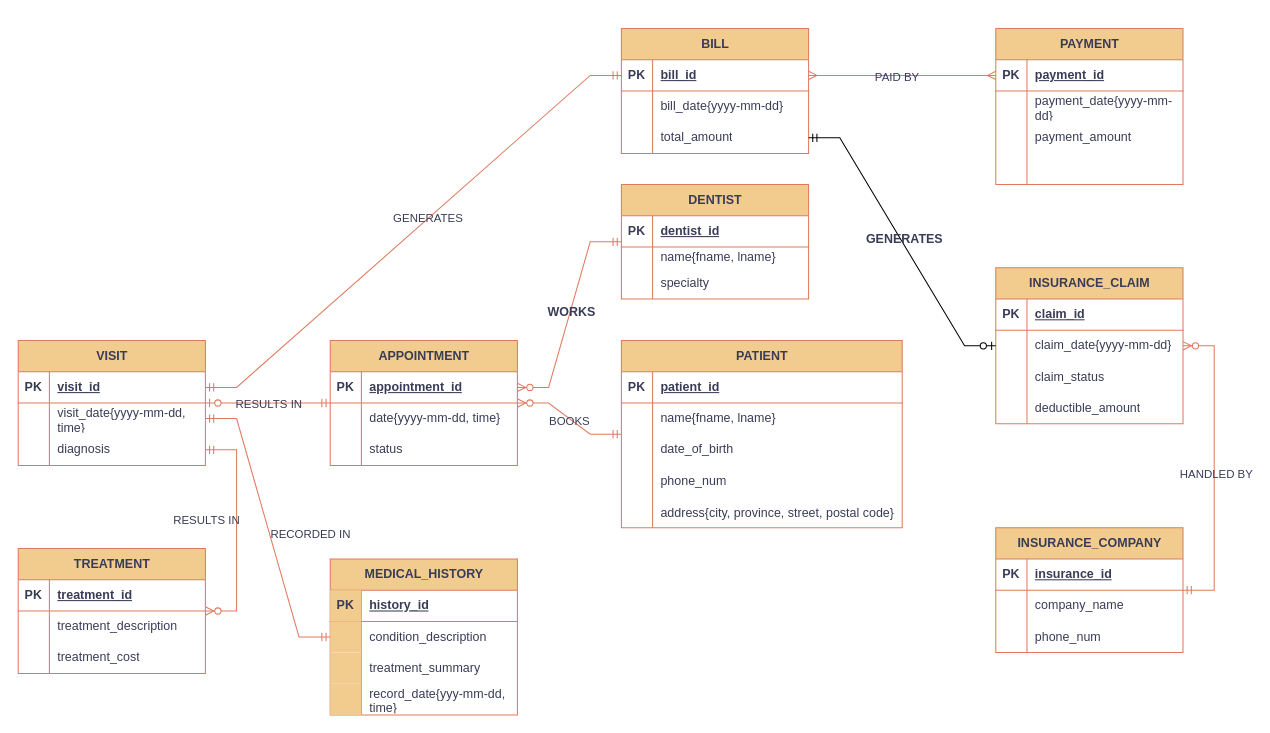
This is page "ERD" (1 of 3) of DB - Final Project - ERD, Revised ERD, Logica Schema.drawio from 23Parzival/DB-Final-Project, a draw.io file, before an edit. Source tidied: cells renumbered, new cells numbered last; positions are measured from the earlier drawing's top-left corner, leaving out a move shared by most shapes. Both pictures are drawn from the tidied source at 104%, with x=0, y=0 at pixel (18, 28).
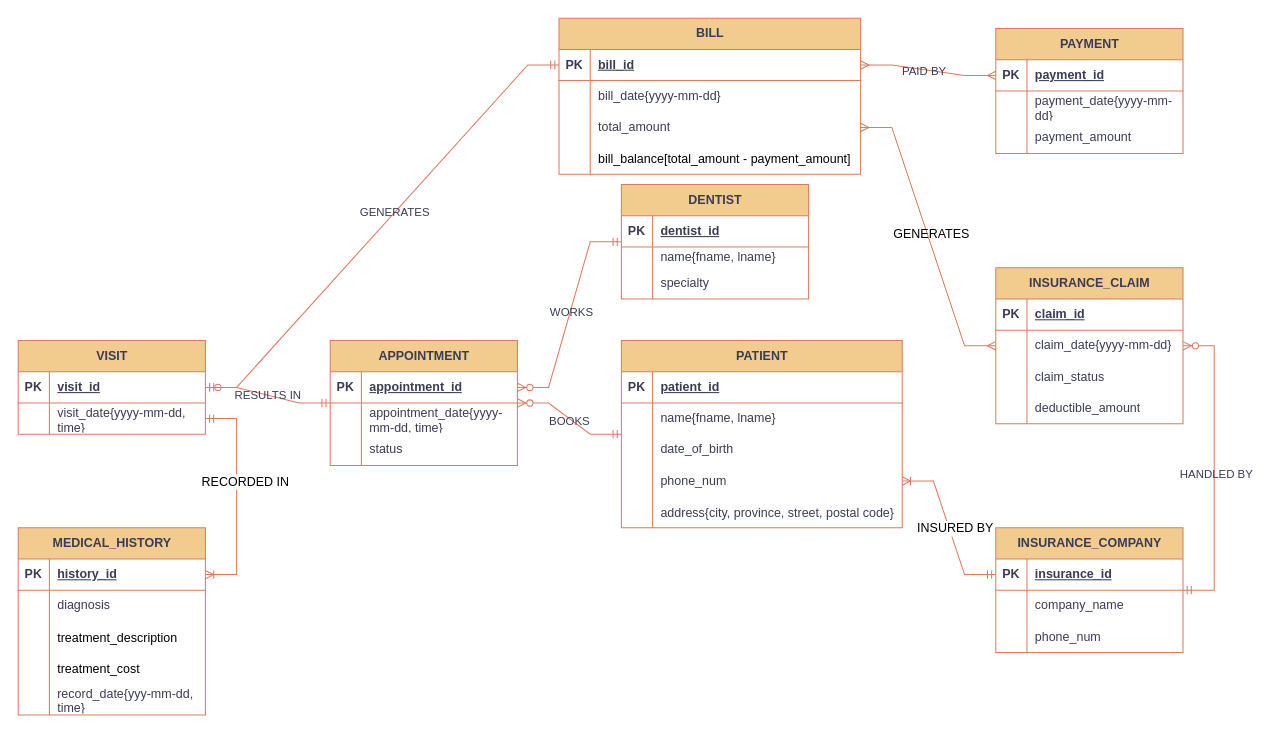
The same diagram, later.

The change refers to these unchanged cells:
```xml
<mxCell id="12" style="shape=tableRow;horizontal=0;startSize=0;swimlaneHead=0;swimlaneBody=0;fillColor=none;points=[[0,0.5],[1,0.5]];portConstraint=eastwest;top=0;left=0;right=0;bottom=0;labelBackgroundColor=none;strokeColor=#E07A5F;fontColor=#393C56;" parent="2" vertex="1">
  <mxGeometry y="120" width="270" height="30" as="geometry" />
</mxCell>
<mxCell id="32" style="shape=tableRow;horizontal=0;startSize=0;swimlaneHead=0;swimlaneBody=0;fillColor=none;top=0;left=0;right=0;bottom=0;labelBackgroundColor=none;strokeColor=#E07A5F;fontColor=#393C56;" parent="28" vertex="1">
  <mxGeometry y="60" width="180" height="30" as="geometry" />
</mxCell>
<mxCell id="62" style="shape=tableRow;horizontal=0;startSize=0;swimlaneHead=0;swimlaneBody=0;fillColor=none;points=[[0,0.5],[1,0.5]];portConstraint=eastwest;top=0;left=0;right=0;bottom=0;labelBackgroundColor=none;strokeColor=#E07A5F;fontColor=#393C56;" parent="58" vertex="1">
  <mxGeometry y="60" width="180" height="30" as="geometry" />
</mxCell>
<mxCell id="82" style="shape=tableRow;horizontal=0;startSize=0;swimlaneHead=0;swimlaneBody=0;fillColor=none;points=[[0,0.5],[1,0.5]];portConstraint=eastwest;top=0;left=0;right=0;bottom=1;labelBackgroundColor=none;strokeColor=#E07A5F;fontColor=#393C56;" parent="81" vertex="1">
  <mxGeometry y="30" width="180" height="30" as="geometry" />
</mxCell>
<mxCell id="85" style="shape=tableRow;horizontal=0;startSize=0;swimlaneHead=0;swimlaneBody=0;fillColor=none;top=0;left=0;right=0;bottom=0;labelBackgroundColor=none;strokeColor=#E07A5F;fontColor=#393C56;" parent="81" vertex="1">
  <mxGeometry y="60" width="180" height="30" as="geometry" />
</mxCell>
<mxCell id="95" style="shape=tableRow;horizontal=0;startSize=0;swimlaneHead=0;swimlaneBody=0;fillColor=none;points=[[0,0.5],[1,0.5]];portConstraint=eastwest;top=0;left=0;right=0;bottom=1;labelBackgroundColor=none;strokeColor=#E07A5F;fontColor=#393C56;" parent="94" vertex="1">
  <mxGeometry y="30" width="180" height="30" as="geometry" />
</mxCell>
<mxCell id="104" value="INSURANCE_CLAIM" style="shape=table;startSize=30;childLayout=tableLayout;rowLines=0;fontStyle=1;align=center;html=1;labelBackgroundColor=none;fillColor=#F2CC8F;strokeColor=#E07A5F;fontColor=#393C56;" parent="1" vertex="1">
  <mxGeometry x="940" y="230" width="180" height="150" as="geometry" />
</mxCell>
<mxCell id="117" style="edgeStyle=entityRelationEdgeStyle;fontSize=12;html=1;endArrow=ERzeroToMany;startArrow=ERmandOne;rounded=0;labelBackgroundColor=none;strokeColor=#E07A5F;fontColor=default;" parent="1" edge="1" source="2" target="28">
  <mxGeometry relative="1" as="geometry" />
</mxCell>
<mxCell id="131" style="edgeStyle=entityRelationEdgeStyle;fontSize=12;html=1;endArrow=ERzeroToMany;startArrow=ERmandOne;rounded=0;strokeColor=#E07A5F;align=center;verticalAlign=middle;fontFamily=Helvetica;fontColor=default;labelBackgroundColor=none;" parent="1" edge="1" source="18" target="29">
  <mxGeometry relative="1" as="geometry" />
</mxCell>
```

Diff of the diagram source:
```diff
@@
-    <mxCell id="34" value="date{yyyy-mm-dd, time}" style="shape=partialRectangle;fillColor=none;top=0;left=0;bottom=0;right=0;align=left;spacingLeft=6;overflow=hidden;whiteSpace=wrap;html=1;labelBackgroundColor=none;strokeColor=#E07A5F;fontColor=#393C56;" parent="32" vertex="1">
+    <mxCell id="34" value="appointment_date{yyyy-mm-dd, time}" style="shape=partialRectangle;fillColor=none;top=0;left=0;bottom=0;right=0;align=left;spacingLeft=6;overflow=hidden;whiteSpace=wrap;html=1;labelBackgroundColor=none;strokeColor=#E07A5F;fontColor=#393C56;" parent="32" vertex="1">
       <mxGeometry x="30" width="150" height="30" as="geometry" />
     </mxCell>
@@
-    <mxCell id="38" value="TREATMENT" style="shape=table;startSize=30;childLayout=tableLayout;rowLines=0;fontStyle=1;align=center;html=1;labelBackgroundColor=none;fillColor=#F2CC8F;strokeColor=#E07A5F;fontColor=#393C56;" parent="1" vertex="1">
-      <mxGeometry y="500" width="180" height="120" as="geometry" />
-    </mxCell>
-    <mxCell id="39" style="shape=tableRow;horizontal=0;startSize=0;swimlaneHead=0;swimlaneBody=0;fillColor=none;top=0;left=0;right=0;bottom=1;labelBackgroundColor=none;strokeColor=#E07A5F;fontColor=#393C56;" parent="38" vertex="1">
-      <mxGeometry y="30" width="180" height="30" as="geometry" />
-    </mxCell>
-    <mxCell id="40" value="PK" style="shape=partialRectangle;fillColor=none;top=0;left=0;bottom=0;right=0;fontStyle=1;overflow=hidden;whiteSpace=wrap;html=1;labelBackgroundColor=none;strokeColor=#E07A5F;fontColor=#393C56;" parent="39" vertex="1">
-      <mxGeometry width="30" height="30" as="geometry" />
-    </mxCell>
-    <mxCell id="41" value="treatment_id" style="shape=partialRectangle;fillColor=none;top=0;left=0;bottom=0;right=0;align=left;spacingLeft=6;fontStyle=5;overflow=hidden;whiteSpace=wrap;html=1;labelBackgroundColor=none;strokeColor=#E07A5F;fontColor=#393C56;" parent="39" vertex="1">
-      <mxGeometry x="30" width="150" height="30" as="geometry" />
-    </mxCell>
-    <mxCell id="42" style="shape=tableRow;horizontal=0;startSize=0;swimlaneHead=0;swimlaneBody=0;fillColor=none;top=0;left=0;right=0;bottom=0;labelBackgroundColor=none;strokeColor=#E07A5F;fontColor=#393C56;" parent="38" vertex="1">
-      <mxGeometry y="60" width="180" height="30" as="geometry" />
-    </mxCell>
-    <mxCell id="43" style="shape=partialRectangle;fillColor=none;top=0;left=0;bottom=0;right=0;overflow=hidden;whiteSpace=wrap;html=1;labelBackgroundColor=none;strokeColor=#E07A5F;fontColor=#393C56;" parent="42" vertex="1">
-      <mxGeometry width="30" height="30" as="geometry" />
-    </mxCell>
-    <mxCell id="44" value="treatment_description" style="shape=partialRectangle;fillColor=none;top=0;left=0;bottom=0;right=0;align=left;spacingLeft=6;overflow=hidden;whiteSpace=wrap;html=1;labelBackgroundColor=none;strokeColor=#E07A5F;fontColor=#393C56;" parent="42" vertex="1">
-      <mxGeometry x="30" width="150" height="30" as="geometry" />
-    </mxCell>
-    <mxCell id="45" style="shape=tableRow;horizontal=0;startSize=0;swimlaneHead=0;swimlaneBody=0;fillColor=none;top=0;left=0;right=0;bottom=0;labelBackgroundColor=none;strokeColor=#E07A5F;fontColor=#393C56;" parent="38" vertex="1">
-      <mxGeometry y="90" width="180" height="30" as="geometry" />
-    </mxCell>
-    <mxCell id="46" style="shape=partialRectangle;fillColor=none;top=0;left=0;bottom=0;right=0;overflow=hidden;whiteSpace=wrap;html=1;labelBackgroundColor=none;strokeColor=#E07A5F;fontColor=#393C56;" parent="45" vertex="1">
-      <mxGeometry width="30" height="30" as="geometry" />
-    </mxCell>
-    <mxCell id="47" value="treatment_cost" style="shape=partialRectangle;fillColor=none;top=0;left=0;bottom=0;right=0;align=left;spacingLeft=6;overflow=hidden;whiteSpace=wrap;html=1;labelBackgroundColor=none;strokeColor=#E07A5F;fontColor=#393C56;" parent="45" vertex="1">
-      <mxGeometry x="30" width="150" height="30" as="geometry" />
-    </mxCell>
     <mxCell id="48" value="BILL" style="shape=table;startSize=30;childLayout=tableLayout;rowLines=0;fontStyle=1;align=center;html=1;labelBackgroundColor=none;fillColor=#F2CC8F;strokeColor=#E07A5F;fontColor=#393C56;" parent="1" vertex="1">
-      <mxGeometry x="580" width="180" height="120" as="geometry" />
+      <mxGeometry x="520" y="-10" width="290" height="150" as="geometry" />
     </mxCell>
     <mxCell id="49" style="shape=tableRow;horizontal=0;startSize=0;swimlaneHead=0;swimlaneBody=0;fillColor=none;points=[[0,0.5],[1,0.5]];portConstraint=eastwest;top=0;left=0;right=0;bottom=1;labelBackgroundColor=none;strokeColor=#E07A5F;fontColor=#393C56;" parent="48" vertex="1">
-      <mxGeometry y="30" width="180" height="30" as="geometry" />
+      <mxGeometry y="30" width="290" height="30" as="geometry" />
     </mxCell>
@@
     <mxCell id="51" value="bill_id" style="shape=partialRectangle;fillColor=none;top=0;left=0;bottom=0;right=0;align=left;spacingLeft=6;fontStyle=5;overflow=hidden;whiteSpace=wrap;html=1;labelBackgroundColor=none;strokeColor=#E07A5F;fontColor=#393C56;" parent="49" vertex="1">
-      <mxGeometry x="30" width="150" height="30" as="geometry" />
+      <mxGeometry x="30" width="260" height="30" as="geometry" />
     </mxCell>
     <mxCell id="52" style="shape=tableRow;horizontal=0;startSize=0;swimlaneHead=0;swimlaneBody=0;fillColor=none;top=0;left=0;right=0;bottom=0;labelBackgroundColor=none;strokeColor=#E07A5F;fontColor=#393C56;" parent="48" vertex="1">
-      <mxGeometry y="60" width="180" height="30" as="geometry" />
+      <mxGeometry y="60" width="290" height="30" as="geometry" />
     </mxCell>
@@
     <mxCell id="54" value="bill_date{yyyy-mm-dd}" style="shape=partialRectangle;fillColor=none;top=0;left=0;bottom=0;right=0;align=left;spacingLeft=6;overflow=hidden;whiteSpace=wrap;html=1;labelBackgroundColor=none;strokeColor=#E07A5F;fontColor=#393C56;" parent="52" vertex="1">
-      <mxGeometry x="30" width="150" height="30" as="geometry" />
+      <mxGeometry x="30" width="260" height="30" as="geometry" />
     </mxCell>
     <mxCell id="55" style="shape=tableRow;horizontal=0;startSize=0;swimlaneHead=0;swimlaneBody=0;fillColor=none;points=[[0,0.5],[1,0.5]];portConstraint=eastwest;top=0;left=0;right=0;bottom=0;labelBackgroundColor=none;strokeColor=#E07A5F;fontColor=#393C56;" parent="48" vertex="1">
-      <mxGeometry y="90" width="180" height="30" as="geometry" />
+      <mxGeometry y="90" width="290" height="30" as="geometry" />
     </mxCell>
@@
     <mxCell id="57" value="total_amount" style="shape=partialRectangle;fillColor=none;top=0;left=0;bottom=0;right=0;align=left;spacingLeft=6;overflow=hidden;whiteSpace=wrap;html=1;labelBackgroundColor=none;strokeColor=#E07A5F;fontColor=#393C56;" parent="55" vertex="1">
-      <mxGeometry x="30" width="150" height="30" as="geometry" />
+      <mxGeometry x="30" width="260" height="30" as="geometry" />
     </mxCell>
+    <mxCell id="135" style="shape=tableRow;horizontal=0;startSize=0;swimlaneHead=0;swimlaneBody=0;fillColor=none;top=0;left=0;right=0;bottom=0;" parent="48" vertex="1">
+      <mxGeometry y="120" width="290" height="30" as="geometry" />
+    </mxCell>
+    <mxCell id="136" style="shape=partialRectangle;fillColor=none;top=0;left=0;bottom=0;right=0;overflow=hidden;" parent="135" vertex="1">
+      <mxGeometry width="30" height="30" as="geometry" />
+    </mxCell>
+    <mxCell id="137" value="bill_balance[total_amount - payment_amount]" style="shape=partialRectangle;fillColor=none;top=0;left=0;bottom=0;right=0;align=left;spacingLeft=6;overflow=hidden;" parent="135" vertex="1">
+      <mxGeometry x="30" width="260" height="30" as="geometry" />
+    </mxCell>
     <mxCell id="58" value="VISIT" style="shape=table;startSize=30;childLayout=tableLayout;rowLines=0;fontStyle=1;align=center;html=1;labelBackgroundColor=none;fillColor=#F2CC8F;strokeColor=#E07A5F;fontColor=#393C56;" parent="1" vertex="1">
-      <mxGeometry y="300" width="180" height="120" as="geometry" />
+      <mxGeometry y="300" width="180" height="90" as="geometry" />
     </mxCell>
@@
-    <mxCell id="65" style="shape=tableRow;horizontal=0;startSize=0;swimlaneHead=0;swimlaneBody=0;fillColor=none;points=[[0,0.5],[1,0.5]];portConstraint=eastwest;top=0;left=0;right=0;bottom=0;labelBackgroundColor=none;strokeColor=#E07A5F;fontColor=#393C56;" parent="58" vertex="1">
-      <mxGeometry y="90" width="180" height="30" as="geometry" />
-    </mxCell>
-    <mxCell id="66" style="shape=partialRectangle;fillColor=none;top=0;left=0;bottom=0;right=0;overflow=hidden;whiteSpace=wrap;html=1;labelBackgroundColor=none;strokeColor=#E07A5F;fontColor=#393C56;" parent="65" vertex="1">
-      <mxGeometry width="30" height="30" as="geometry" />
-    </mxCell>
-    <mxCell id="67" value="diagnosis" style="shape=partialRectangle;fillColor=none;top=0;left=0;bottom=0;right=0;align=left;spacingLeft=6;overflow=hidden;whiteSpace=wrap;html=1;labelBackgroundColor=none;strokeColor=#E07A5F;fontColor=#393C56;" parent="65" vertex="1">
-      <mxGeometry x="30" width="150" height="30" as="geometry" />
-    </mxCell>
     <mxCell id="68" value="PAYMENT" style="shape=table;startSize=30;childLayout=tableLayout;rowLines=0;fontStyle=1;align=center;html=1;labelBackgroundColor=none;fillColor=#F2CC8F;strokeColor=#E07A5F;fontColor=#393C56;" parent="1" vertex="1">
-      <mxGeometry x="940" width="180" height="150" as="geometry" />
+      <mxGeometry x="940" width="180" height="120" as="geometry" />
     </mxCell>
@@
-    <mxCell id="78" style="shape=tableRow;horizontal=0;startSize=0;swimlaneHead=0;swimlaneBody=0;fillColor=none;top=0;left=0;right=0;bottom=0;labelBackgroundColor=none;strokeColor=#E07A5F;fontColor=#393C56;" parent="68" vertex="1">
-      <mxGeometry y="120" width="180" height="30" as="geometry" />
-    </mxCell>
-    <mxCell id="79" style="shape=partialRectangle;fillColor=none;top=0;left=0;bottom=0;right=0;overflow=hidden;whiteSpace=wrap;html=1;labelBackgroundColor=none;strokeColor=#E07A5F;fontColor=#393C56;" parent="78" vertex="1">
-      <mxGeometry width="30" height="30" as="geometry" />
-    </mxCell>
-    <mxCell id="80" style="shape=partialRectangle;fillColor=none;top=0;left=0;bottom=0;right=0;align=left;spacingLeft=6;overflow=hidden;whiteSpace=wrap;html=1;labelBackgroundColor=none;strokeColor=#E07A5F;fontColor=#393C56;" parent="78" vertex="1">
-      <mxGeometry x="30" width="150" height="30" as="geometry" />
-    </mxCell>
     <mxCell id="81" value="MEDICAL_HISTORY" style="shape=table;startSize=30;childLayout=tableLayout;rowLines=0;fontStyle=1;align=center;html=1;labelBackgroundColor=none;fillColor=#F2CC8F;strokeColor=#E07A5F;fontColor=#393C56;" parent="1" vertex="1">
-      <mxGeometry x="300" y="510" width="180" height="150" as="geometry" />
+      <mxGeometry y="480" width="180" height="180" as="geometry" />
     </mxCell>
@@
-    <mxCell id="83" value="PK" style="shape=partialRectangle;top=0;left=0;bottom=0;right=0;fontStyle=1;overflow=hidden;whiteSpace=wrap;html=1;labelBackgroundColor=none;fillColor=#F2CC8F;strokeColor=#E07A5F;fontColor=#393C56;" parent="82" vertex="1">
+    <mxCell id="83" value="PK" style="shape=partialRectangle;top=0;left=0;bottom=0;right=0;fontStyle=1;overflow=hidden;whiteSpace=wrap;html=1;labelBackgroundColor=none;fillColor=none;strokeColor=#E07A5F;fontColor=#393C56;" parent="82" vertex="1">
       <mxGeometry width="30" height="30" as="geometry" />
     </mxCell>
@@
-    <mxCell id="86" style="shape=partialRectangle;top=0;left=0;bottom=0;right=0;overflow=hidden;whiteSpace=wrap;html=1;labelBackgroundColor=none;fillColor=#F2CC8F;strokeColor=#E07A5F;fontColor=#393C56;" parent="85" vertex="1">
+    <mxCell id="86" style="shape=partialRectangle;top=0;left=0;bottom=0;right=0;overflow=hidden;whiteSpace=wrap;html=1;labelBackgroundColor=none;fillColor=none;strokeColor=#E07A5F;fontColor=#393C56;" parent="85" vertex="1">
       <mxGeometry width="30" height="30" as="geometry" />
     </mxCell>
-    <mxCell id="87" value="condition_description" style="shape=partialRectangle;fillColor=none;top=0;left=0;bottom=0;right=0;align=left;spacingLeft=6;overflow=hidden;whiteSpace=wrap;html=1;labelBackgroundColor=none;strokeColor=#E07A5F;fontColor=#393C56;" parent="85" vertex="1">
+    <mxCell id="87" value="diagnosis" style="shape=partialRectangle;fillColor=none;top=0;left=0;bottom=0;right=0;align=left;spacingLeft=6;overflow=hidden;whiteSpace=wrap;html=1;labelBackgroundColor=none;strokeColor=#E07A5F;fontColor=#393C56;" parent="85" vertex="1">
       <mxGeometry x="30" width="150" height="30" as="geometry" />
     </mxCell>
-    <mxCell id="88" style="shape=tableRow;horizontal=0;startSize=0;swimlaneHead=0;swimlaneBody=0;fillColor=none;top=0;left=0;right=0;bottom=0;labelBackgroundColor=none;strokeColor=#E07A5F;fontColor=#393C56;" parent="81" vertex="1">
-      <mxGeometry y="90" width="180" height="30" as="geometry" />
-    </mxCell>
-    <mxCell id="89" style="shape=partialRectangle;top=0;left=0;bottom=0;right=0;overflow=hidden;whiteSpace=wrap;html=1;labelBackgroundColor=none;fillColor=#F2CC8F;strokeColor=#E07A5F;fontColor=#393C56;" parent="88" vertex="1">
-      <mxGeometry width="30" height="30" as="geometry" />
-    </mxCell>
-    <mxCell id="90" value="treatment_summary" style="shape=partialRectangle;fillColor=none;top=0;left=0;bottom=0;right=0;align=left;spacingLeft=6;overflow=hidden;whiteSpace=wrap;html=1;labelBackgroundColor=none;strokeColor=#E07A5F;fontColor=#393C56;" parent="88" vertex="1">
-      <mxGeometry x="30" width="150" height="30" as="geometry" />
-    </mxCell>
+    <mxCell id="138" style="shape=tableRow;horizontal=0;startSize=0;swimlaneHead=0;swimlaneBody=0;fillColor=none;top=0;left=0;right=0;bottom=0;" parent="81" vertex="1">
+      <mxGeometry y="90" width="180" height="30" as="geometry" />
+    </mxCell>
+    <mxCell id="139" style="shape=partialRectangle;fillColor=none;top=0;left=0;bottom=0;right=0;overflow=hidden;" parent="138" vertex="1">
+      <mxGeometry width="30" height="30" as="geometry" />
+    </mxCell>
+    <mxCell id="44" value="treatment_description" style="shape=partialRectangle;fillColor=none;top=0;left=0;bottom=0;right=0;align=left;spacingLeft=6;overflow=hidden;" parent="138" vertex="1">
+      <mxGeometry x="30" width="150" height="30" as="geometry" />
+    </mxCell>
+    <mxCell id="140" style="shape=tableRow;horizontal=0;startSize=0;swimlaneHead=0;swimlaneBody=0;fillColor=none;top=0;left=0;right=0;bottom=0;" parent="81" vertex="1">
+      <mxGeometry y="120" width="180" height="30" as="geometry" />
+    </mxCell>
+    <mxCell id="141" style="shape=partialRectangle;fillColor=none;top=0;left=0;bottom=0;right=0;overflow=hidden;" parent="140" vertex="1">
+      <mxGeometry width="30" height="30" as="geometry" />
+    </mxCell>
+    <mxCell id="47" value="treatment_cost" style="shape=partialRectangle;fillColor=none;top=0;left=0;bottom=0;right=0;align=left;spacingLeft=6;overflow=hidden;" parent="140" vertex="1">
+      <mxGeometry x="30" width="150" height="30" as="geometry" />
+    </mxCell>
     <mxCell id="91" style="shape=tableRow;horizontal=0;startSize=0;swimlaneHead=0;swimlaneBody=0;fillColor=none;top=0;left=0;right=0;bottom=0;labelBackgroundColor=none;strokeColor=#E07A5F;fontColor=#393C56;" parent="81" vertex="1">
-      <mxGeometry y="120" width="180" height="30" as="geometry" />
+      <mxGeometry y="150" width="180" height="30" as="geometry" />
     </mxCell>
-    <mxCell id="92" style="shape=partialRectangle;top=0;left=0;bottom=0;right=0;overflow=hidden;whiteSpace=wrap;html=1;labelBackgroundColor=none;fillColor=#F2CC8F;strokeColor=#E07A5F;fontColor=#393C56;" parent="91" vertex="1">
+    <mxCell id="92" style="shape=partialRectangle;top=0;left=0;bottom=0;right=0;overflow=hidden;whiteSpace=wrap;html=1;labelBackgroundColor=none;fillColor=none;strokeColor=#E07A5F;fontColor=#393C56;" parent="91" vertex="1">
       <mxGeometry width="30" height="30" as="geometry" />
     </mxCell>
@@
-    <mxCell id="118" value="BOOKS" style="edgeLabel;html=1;align=center;verticalAlign=middle;labelBackgroundColor=none;fontColor=#393C56;" parent="117" vertex="1">
+    <mxCell id="118" value="BOOKS" style="edgeLabel;html=1;align=center;verticalAlign=middle;labelBackgroundColor=none;fontColor=#393C56;fontFamily=Helvetica;fontSize=11;fillColor=none;gradientColor=none;" parent="117" vertex="1">
       <mxGeometry x="-0.02" y="2" relative="1" as="geometry" />
     </mxCell>
@@
-    <mxCell id="121" style="edgeStyle=entityRelationEdgeStyle;fontSize=12;html=1;endArrow=ERzeroToMany;startArrow=ERmandOne;rounded=0;labelBackgroundColor=none;strokeColor=#E07A5F;fontColor=default;" parent="1" edge="1" source="65" target="38">
-      <mxGeometry relative="1" as="geometry" />
-    </mxCell>
-    <mxCell id="122" value="RESULTS IN" style="edgeLabel;html=1;align=center;verticalAlign=middle;labelBackgroundColor=none;fontColor=#393C56;" parent="121" vertex="1">
-      <mxGeometry x="-0.1" y="-3" relative="1" as="geometry">
-        <mxPoint x="-27" as="offset" />
-      </mxGeometry>
-    </mxCell>
-    <mxCell id="123" style="edgeStyle=entityRelationEdgeStyle;fontSize=12;html=1;endArrow=ERmandOne;startArrow=ERmandOne;rounded=0;labelBackgroundColor=none;strokeColor=#E07A5F;fontColor=default;" parent="1" edge="1" source="62" target="81">
-      <mxGeometry relative="1" as="geometry" />
-    </mxCell>
-    <mxCell id="124" value="RECORDED IN" style="edgeLabel;html=1;align=center;verticalAlign=middle;labelBackgroundColor=none;fontColor=#393C56;" parent="123" vertex="1">
-      <mxGeometry x="0.09" y="2" relative="1" as="geometry">
-        <mxPoint x="35" y="-6" as="offset" />
-      </mxGeometry>
-    </mxCell>
@@
-    <mxCell id="132" value="WORKS" style="edgeLabel;html=1;align=center;verticalAlign=middle;rounded=0;strokeColor=#E07A5F;fontFamily=Helvetica;fontSize=12;fontColor=#393C56;labelBackgroundColor=none;fillColor=none;gradientColor=none;fontStyle=1;" parent="131" vertex="1">
+    <mxCell id="132" value="&lt;span style=&quot;font-weight: normal;&quot;&gt;WORKS&lt;/span&gt;" style="edgeLabel;html=1;align=center;verticalAlign=middle;rounded=0;strokeColor=#E07A5F;fontFamily=Helvetica;fontSize=11;fontColor=#393C56;labelBackgroundColor=none;fillColor=none;gradientColor=none;fontStyle=1;" parent="131" vertex="1">
       <mxGeometry x="-0.03" y="1" relative="1" as="geometry" />
     </mxCell>
-    <mxCell id="133" style="edgeStyle=entityRelationEdgeStyle;fontSize=12;html=1;endArrow=ERzeroToOne;startArrow=ERmandOne;rounded=0;strokeColor=light-dark(#000000,#B9624B);" parent="1" edge="1" source="55" target="104">
+    <mxCell id="133" style="edgeStyle=entityRelationEdgeStyle;fontSize=12;html=1;endArrow=ERmany;startArrow=ERmany;rounded=0;strokeColor=#E07A5F;align=center;verticalAlign=middle;fontFamily=Helvetica;fontColor=default;labelBackgroundColor=none;" parent="1" edge="1" source="55" target="104">
       <mxGeometry relative="1" as="geometry" />
     </mxCell>
-    <mxCell id="134" value="GENERATES" style="edgeLabel;html=1;align=center;verticalAlign=middle;rounded=0;strokeColor=#E07A5F;fontFamily=Helvetica;fontSize=12;fontColor=#393C56;fontStyle=1;labelBackgroundColor=none;fillColor=none;gradientColor=none;" parent="133" vertex="1">
+    <mxCell id="134" value="&lt;span style=&quot;font-weight: normal;&quot;&gt;GENERATES&lt;/span&gt;" style="edgeLabel;html=1;align=center;verticalAlign=middle;rounded=0;strokeColor=#E07A5F;fontFamily=Helvetica;fontSize=12;fontColor=default;fontStyle=1;labelBackgroundColor=none;fillColor=none;gradientColor=none;" parent="133" vertex="1">
       <mxGeometry x="-0.01" y="2" relative="1" as="geometry">
         <mxPoint x="1" as="offset" />
       </mxGeometry>
     </mxCell>
+    <mxCell id="142" style="edgeStyle=entityRelationEdgeStyle;fontSize=12;html=1;endArrow=ERoneToMany;startArrow=ERmandOne;rounded=0;exitX=0;exitY=0.5;exitDx=0;exitDy=0;entryX=1;entryY=0.5;entryDx=0;entryDy=0;strokeColor=#E07A5F;" parent="1" edge="1" source="95" target="12">
+      <mxGeometry relative="1" as="geometry" />
+    </mxCell>
+    <mxCell id="143" value="&lt;span style=&quot;font-weight: normal;&quot;&gt;INSURED BY&lt;/span&gt;" style="edgeLabel;html=1;align=center;verticalAlign=middle;fontStyle=1;fontSize=12;" parent="142" vertex="1">
+      <mxGeometry x="0.15" relative="1" as="geometry">
+        <mxPoint x="9" y="11" as="offset" />
+      </mxGeometry>
+    </mxCell>
+    <mxCell id="144" style="edgeStyle=entityRelationEdgeStyle;fontSize=12;html=1;endArrow=ERoneToMany;startArrow=ERmandOne;rounded=0;exitX=1;exitY=0.5;exitDx=0;exitDy=0;entryX=1;entryY=0.5;entryDx=0;entryDy=0;strokeColor=#E07A5F;" parent="1" edge="1" source="62" target="82">
+      <mxGeometry relative="1" as="geometry" />
+    </mxCell>
+    <mxCell id="124" value="&lt;span style=&quot;font-weight: normal;&quot;&gt;RECORDED IN&amp;nbsp;&lt;/span&gt;" style="edgeLabel;html=1;align=center;verticalAlign=middle;fontStyle=1;fontSize=12;" parent="144" vertex="1">
+      <mxGeometry x="0.15" relative="1" as="geometry">
+        <mxPoint x="9" y="-31" as="offset" />
+      </mxGeometry>
+    </mxCell>
```
